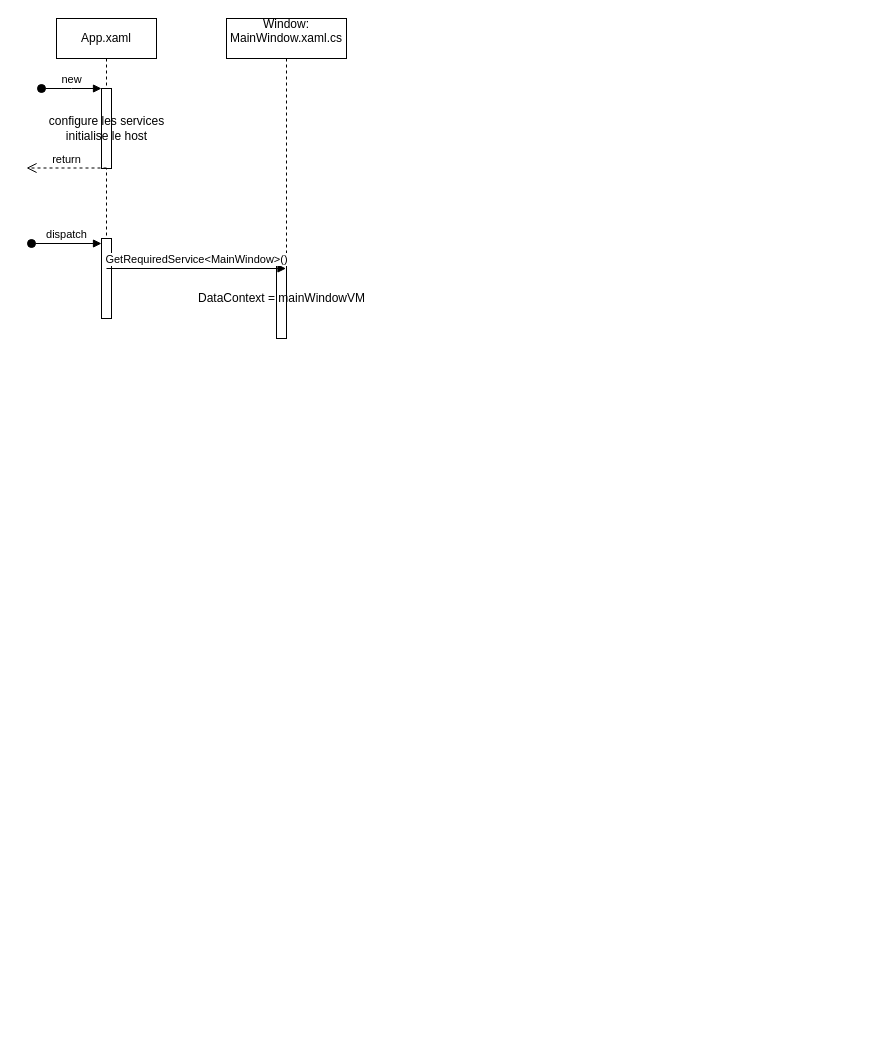
The draw.io diagram Diagramme sans nom.drawio in BenoitDesrosiers/4n1_diagrammes, before the edit. Source tidied: cells renumbered, new cells numbered last; positions are measured from the earlier drawing's top-left corner, leaving out a move shared by most shapes. Both pictures are drawn from the tidied source at 100%, with x=0, y=0 at pixel (26, 18).
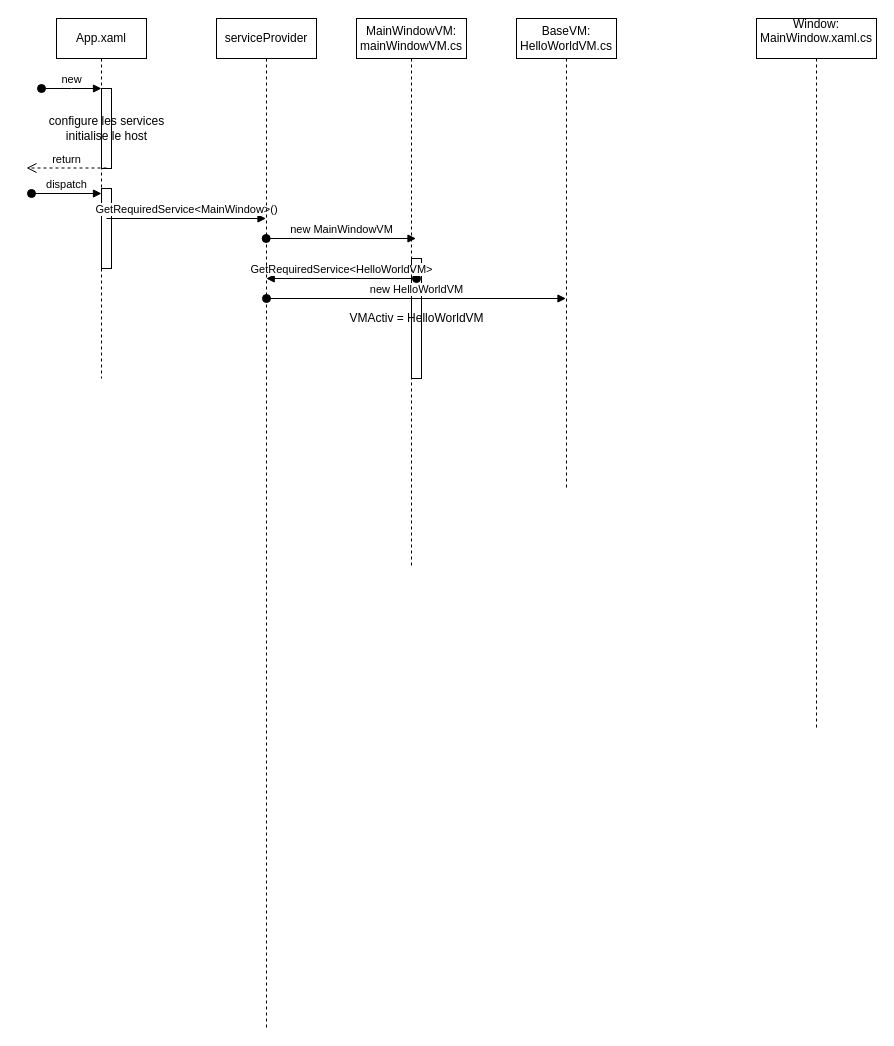
Above is the later version.

Commit message (it also covers changes not shown here):
Mettre à jour Diagramme sans nom.drawio

Change to the diagram source:
```diff
@@
     <mxCell id="2" value="App.xaml" style="shape=umlLifeline;whiteSpace=wrap;html=1;newEdgeStyle={&quot;curved&quot;:0,&quot;rounded&quot;:0};perimeter=rectanglePerimeter;targetShapes=umlLifeline;participant=label;" parent="1" vertex="1">
-      <mxGeometry x="30" width="100" height="300" as="geometry" />
+      <mxGeometry x="30" width="90" height="360" as="geometry" />
     </mxCell>
@@
     <mxCell id="5" style="html=1;points=[[0,0,0,0,5],[0,1,0,0,-5],[1,0,0,0,5],[1,1,0,0,-5]];perimeter=orthogonalPerimeter;outlineConnect=0;targetShapes=umlLifeline;portConstraint=eastwest;newEdgeStyle={&quot;curved&quot;:0,&quot;rounded&quot;:0};" parent="2" vertex="1">
-      <mxGeometry x="45" y="220" width="10" height="80" as="geometry" />
+      <mxGeometry x="45" y="170" width="10" height="80" as="geometry" />
     </mxCell>
     <mxCell id="6" value="dispatch" style="html=1;verticalAlign=bottom;startArrow=oval;endArrow=block;startSize=8;curved=0;rounded=0;entryX=0;entryY=0;entryDx=0;entryDy=5;" parent="2" edge="1" target="5">
       <mxGeometry relative="1" as="geometry">
-        <mxPoint x="-25" y="225" as="sourcePoint" />
+        <mxPoint x="-25" y="175" as="sourcePoint" />
       </mxGeometry>
     </mxCell>
+    <mxCell id="10" value="GetRequiredService&amp;lt;MainWindow&amp;gt;()" style="html=1;verticalAlign=bottom;endArrow=block;curved=0;rounded=0;" parent="2" edge="1">
+      <mxGeometry relative="1" as="geometry">
+        <mxPoint x="50" y="200" as="sourcePoint" />
+        <mxPoint x="209.5" y="200" as="targetPoint" />
+      </mxGeometry>
+    </mxCell>
+    <mxCell id="11" value="VMActiv = HelloWorldVM" style="html=1;perimeter=orthogonalPerimeter;targetShapes=umlLifeline;newEdgeStyle={&quot;curved&quot;:0,&quot;rounded&quot;:0};" parent="2" vertex="1">
+      <mxGeometry x="355" y="240" width="10" height="120" as="geometry" />
+    </mxCell>
+    <mxCell id="12" value="new MainWindowVM" style="html=1;verticalAlign=bottom;startArrow=oval;startFill=1;endArrow=block;startSize=8;curved=0;rounded=0;" parent="2" edge="1">
+      <mxGeometry relative="1" as="geometry">
+        <mxPoint x="209.7" y="220" as="sourcePoint" />
+        <mxPoint x="359.5" y="220" as="targetPoint" />
+      </mxGeometry>
+    </mxCell>
+    <mxCell id="13" value="GetRequiredService&amp;lt;HelloWorldVM&amp;gt;" style="html=1;verticalAlign=bottom;startArrow=oval;startFill=1;endArrow=block;startSize=8;curved=0;rounded=0;exitX=0.5;exitY=0.75;exitDx=0;exitDy=0;exitPerimeter=0;" parent="2" edge="1">
+      <mxGeometry relative="1" as="geometry">
+        <mxPoint x="360" y="260" as="sourcePoint" />
+        <mxPoint x="209.7" y="260" as="targetPoint" />
+        <Array as="points">
+          <mxPoint x="280" y="260" />
+        </Array>
+      </mxGeometry>
+    </mxCell>
     <mxCell id="7" value="&lt;div&gt;Window:&lt;/div&gt;&lt;div&gt;MainWindow.xaml.cs&lt;/div&gt;&lt;div&gt;&lt;br&gt;&lt;/div&gt;" style="shape=umlLifeline;perimeter=lifelinePerimeter;whiteSpace=wrap;html=1;outlineConnect=0;portConstraint=eastwest;newEdgeStyle={&quot;edgeStyle&quot;:&quot;elbowEdgeStyle&quot;,&quot;elbow&quot;:&quot;vertical&quot;,&quot;curved&quot;:0,&quot;rounded&quot;:0};" parent="1" vertex="1">
-      <mxGeometry x="200" width="120" height="320" as="geometry" />
+      <mxGeometry x="730" width="120" height="710" as="geometry" />
     </mxCell>
-    <mxCell id="8" value="DataContext = mainWindowVM" style="html=1;perimeter=orthogonalPerimeter;targetShapes=umlLifeline;newEdgeStyle={&quot;curved&quot;:0,&quot;rounded&quot;:0};" parent="7" vertex="1">
-      <mxGeometry x="50" y="240" width="10" height="80" as="geometry" />
-    </mxCell>
@@
-    <mxCell id="10" value="GetRequiredService&amp;lt;MainWindow&amp;gt;()" style="html=1;verticalAlign=bottom;endArrow=block;curved=0;rounded=0;" parent="1" edge="1" target="7">
-      <mxGeometry relative="1" as="geometry">
-        <mxPoint x="80" y="250" as="sourcePoint" />
-      </mxGeometry>
-    </mxCell>
+    <mxCell id="14" value="&lt;div&gt;MainWindowVM:&lt;/div&gt;&lt;div&gt;mainWindowVM.cs&lt;br&gt;&lt;/div&gt;" style="shape=umlLifeline;perimeter=lifelinePerimeter;whiteSpace=wrap;html=1;newEdgeStyle={&quot;curved&quot;:0,&quot;rounded&quot;:0};" parent="1" vertex="1">
+      <mxGeometry x="330" width="110" height="550" as="geometry" />
+    </mxCell>
+    <mxCell id="15" value="serviceProvider" style="shape=umlLifeline;perimeter=lifelinePerimeter;whiteSpace=wrap;html=1;newEdgeStyle={&quot;curved&quot;:0,&quot;rounded&quot;:0};" parent="1" vertex="1">
+      <mxGeometry x="190" width="100" height="1010" as="geometry" />
+    </mxCell>
+    <mxCell id="16" value="&lt;div&gt;BaseVM:&lt;/div&gt;&lt;div&gt;HelloWorldVM.cs&lt;br&gt;&lt;/div&gt;" style="shape=umlLifeline;perimeter=lifelinePerimeter;whiteSpace=wrap;html=1;outlineConnect=0;portConstraint=eastwest;newEdgeStyle={&quot;curved&quot;:0,&quot;rounded&quot;:0};" parent="1" vertex="1">
+      <mxGeometry x="490" width="100" height="470" as="geometry" />
+    </mxCell>
+    <mxCell id="17" value="new HelloWorldVM" style="html=1;verticalAlign=bottom;startArrow=oval;startFill=1;endArrow=block;startSize=8;curved=0;rounded=0;" parent="1" edge="1" target="16">
+      <mxGeometry relative="1" as="geometry">
+        <mxPoint x="240" y="280" as="sourcePoint" />
+      </mxGeometry>
+    </mxCell>
```
